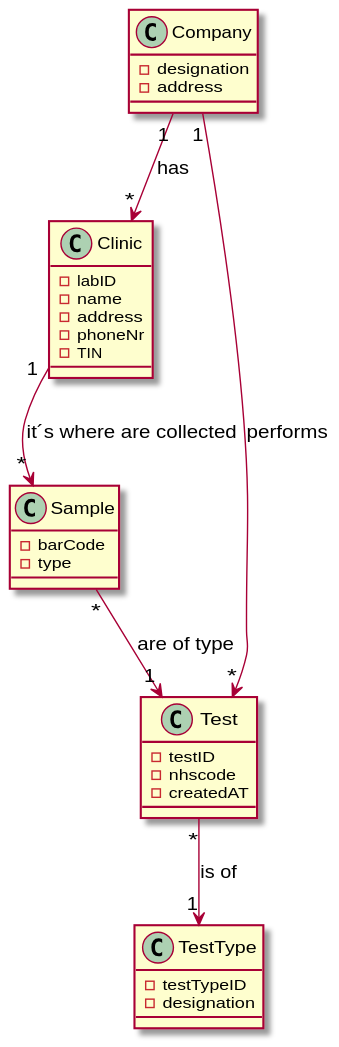
Earlier version of the PlantUML export docs/SprintB/US8/RelevantDM_US8.svg (jsmarques98/LAPR2-ISEP). The source it was exported from:
```plantuml
@startuml



Company "1" --> "*" Clinic : has
Clinic "1" --> "*" Sample : it´s where are collected
Company "1" --> "*" Test : performs
Test "*" --> "1" TestType : is of
Sample "*" --> "1" Test : are of type



class Company {
- designation
- address
}

class TestType {
- testTypeID
- designation
}

class Clinic{
- labID
- name
- address
- phoneNr
- TIN
}

class Sample{
- barCode
- type
}

class Test{
- testID
- nhscode
- createdAT
}
@enduml
```
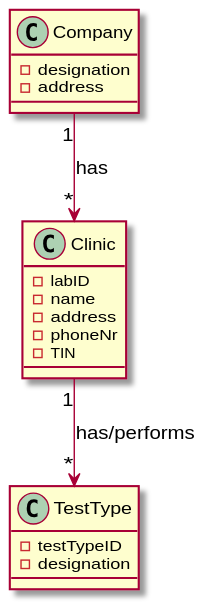
The same diagram one commit later.

The edit, as a diff of the source:
```diff
@@ -1,12 +1,7 @@
 @startuml
 
-
-
 Company "1" --> "*" Clinic : has
-Clinic "1" --> "*" Sample : it´s where are collected
-Company "1" --> "*" Test : performs
-Test "*" --> "1" TestType : is of
-Sample "*" --> "1" Test : are of type
+Clinic "1" --> "*" TestType : has/performs
 
 
 
@@ -27,15 +22,4 @@
 - phoneNr
 - TIN
 }
-
-class Sample{
-- barCode
-- type
-}
-
-class Test{
-- testID
-- nhscode
-- createdAT
-}
 @enduml
```
